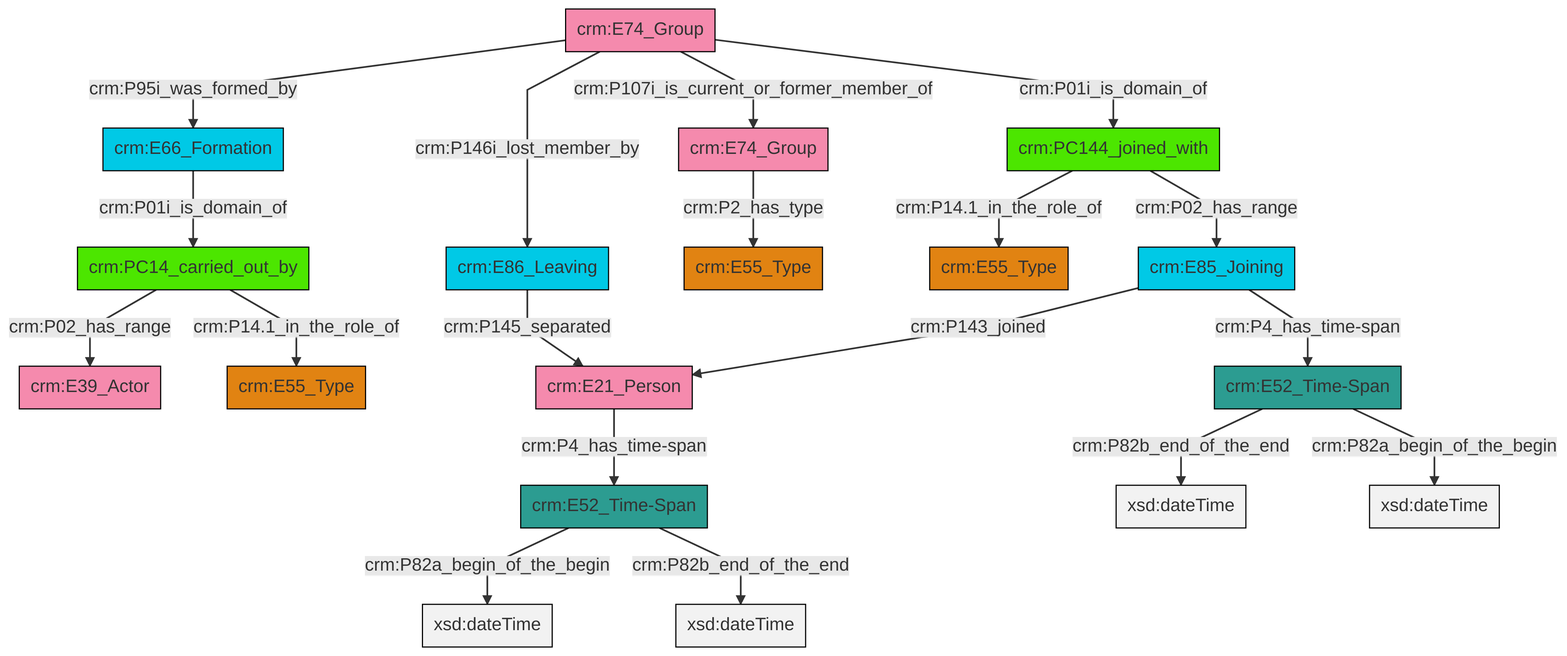
Above: et/groupCSV/ttl/mmd/png/group_actor_relations.png in swiss-art-research-net/reference-data-models (Mermaid), before the change. Its source is kept beside it as et/groupCSV/ttl/mmd/group_actor_relations.ttl.mmd.
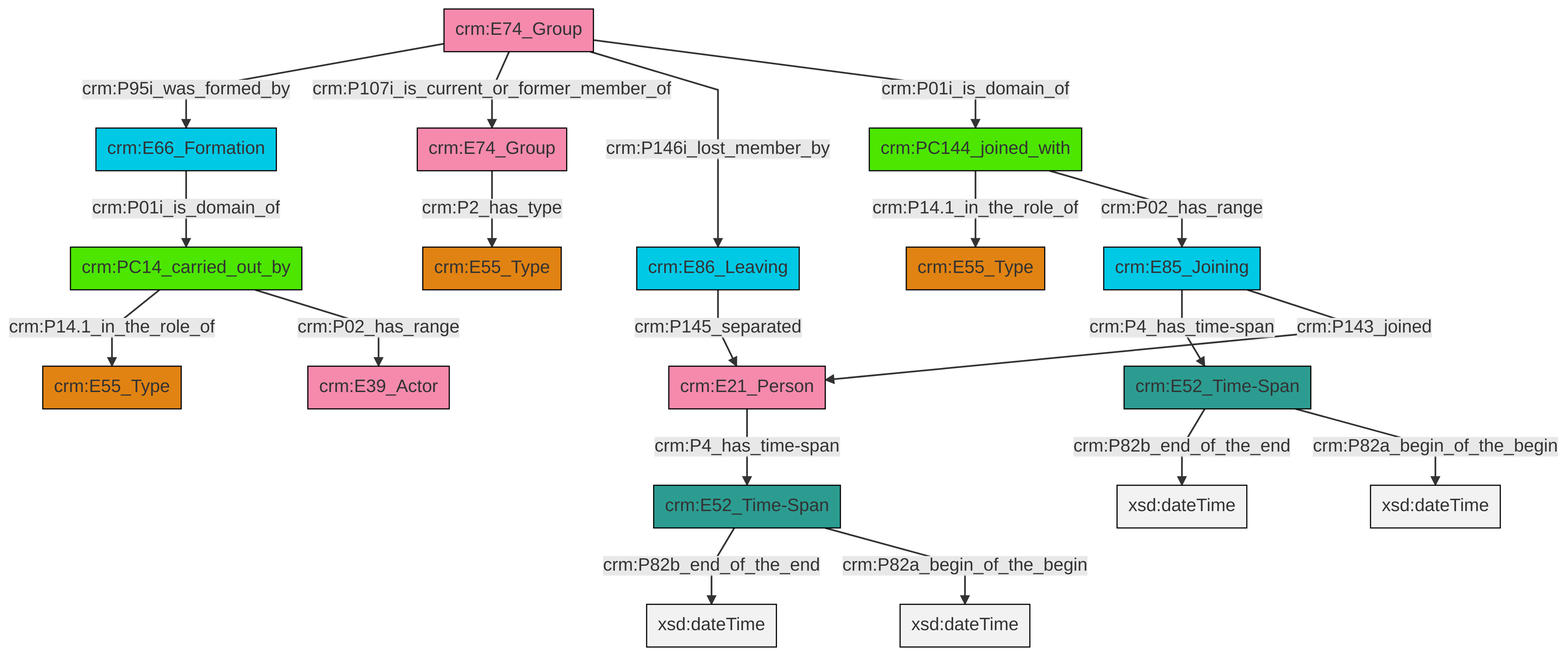
The same file after the commit.

What changed in the source:
```diff
@@ -13,21 +13,21 @@
 classDef PC_Classes fill:#4ce600, stroke:#000000;
 classDef Multi fill:#cccccc,stroke:#000000;
 
-0["crm:E21_Person"]:::Actor -->|crm:P4_has_time-span| 1["crm:E52_Time-Span"]:::Time-Span
-1["crm:E52_Time-Span"]:::Time-Span -->|crm:P82a_begin_of_the_begin| 4[xsd:dateTime]:::Literal
-6["crm:E86_Leaving"]:::Temporal_Entity -->|crm:P145_separated| 0["crm:E21_Person"]:::Actor
-10["crm:E52_Time-Span"]:::Time-Span -->|crm:P82b_end_of_the_end| 11[xsd:dateTime]:::Literal
-16["crm:PC144_joined_with"]:::PC_Classes -->|crm:P14.1_in_the_role_of| 17["crm:E55_Type"]:::Type
-14["crm:E74_Group"]:::Actor -->|crm:P2_has_type| 18["crm:E55_Type"]:::Type
-20["crm:E74_Group"]:::Actor -->|crm:P95i_was_formed_by| 21["crm:E66_Formation"]:::Temporal_Entity
-20["crm:E74_Group"]:::Actor -->|crm:P146i_lost_member_by| 6["crm:E86_Leaving"]:::Temporal_Entity
-21["crm:E66_Formation"]:::Temporal_Entity -->|crm:P01i_is_domain_of| 7["crm:PC14_carried_out_by"]:::PC_Classes
-16["crm:PC144_joined_with"]:::PC_Classes -->|crm:P02_has_range| 24["crm:E85_Joining"]:::Temporal_Entity
-7["crm:PC14_carried_out_by"]:::PC_Classes -->|crm:P02_has_range| 12["crm:E39_Actor"]:::Actor
-7["crm:PC14_carried_out_by"]:::PC_Classes -->|crm:P14.1_in_the_role_of| 2["crm:E55_Type"]:::Type
-20["crm:E74_Group"]:::Actor -->|crm:P107i_is_current_or_former_member_of| 14["crm:E74_Group"]:::Actor
-24["crm:E85_Joining"]:::Temporal_Entity -->|crm:P143_joined| 0["crm:E21_Person"]:::Actor
-1["crm:E52_Time-Span"]:::Time-Span -->|crm:P82b_end_of_the_end| 29[xsd:dateTime]:::Literal
-24["crm:E85_Joining"]:::Temporal_Entity -->|crm:P4_has_time-span| 10["crm:E52_Time-Span"]:::Time-Span
-20["crm:E74_Group"]:::Actor -->|crm:P01i_is_domain_of| 16["crm:PC144_joined_with"]:::PC_Classes
-10["crm:E52_Time-Span"]:::Time-Span -->|crm:P82a_begin_of_the_begin| 34[xsd:dateTime]:::Literal
+2["crm:E66_Formation"]:::Temporal_Entity -->|crm:P01i_is_domain_of| 3["crm:PC14_carried_out_by"]:::PC_Classes
+6["crm:E21_Person"]:::Actor -->|crm:P4_has_time-span| 7["crm:E52_Time-Span"]:::Time-Span
+3["crm:PC14_carried_out_by"]:::PC_Classes -->|crm:P14.1_in_the_role_of| 8["crm:E55_Type"]:::Type
+7["crm:E52_Time-Span"]:::Time-Span -->|crm:P82b_end_of_the_end| 11[xsd:dateTime]:::Literal
+15["crm:E74_Group"]:::Actor -->|crm:P2_has_type| 4["crm:E55_Type"]:::Type
+16["crm:E74_Group"]:::Actor -->|crm:P95i_was_formed_by| 2["crm:E66_Formation"]:::Temporal_Entity
+3["crm:PC14_carried_out_by"]:::PC_Classes -->|crm:P02_has_range| 17["crm:E39_Actor"]:::Actor
+18["crm:E85_Joining"]:::Temporal_Entity -->|crm:P4_has_time-span| 13["crm:E52_Time-Span"]:::Time-Span
+13["crm:E52_Time-Span"]:::Time-Span -->|crm:P82b_end_of_the_end| 20[xsd:dateTime]:::Literal
+7["crm:E52_Time-Span"]:::Time-Span -->|crm:P82a_begin_of_the_begin| 21[xsd:dateTime]:::Literal
+23["crm:E86_Leaving"]:::Temporal_Entity -->|crm:P145_separated| 6["crm:E21_Person"]:::Actor
+16["crm:E74_Group"]:::Actor -->|crm:P107i_is_current_or_former_member_of| 15["crm:E74_Group"]:::Actor
+18["crm:E85_Joining"]:::Temporal_Entity -->|crm:P143_joined| 6["crm:E21_Person"]:::Actor
+16["crm:E74_Group"]:::Actor -->|crm:P146i_lost_member_by| 23["crm:E86_Leaving"]:::Temporal_Entity
+16["crm:E74_Group"]:::Actor -->|crm:P01i_is_domain_of| 26["crm:PC144_joined_with"]:::PC_Classes
+26["crm:PC144_joined_with"]:::PC_Classes -->|crm:P14.1_in_the_role_of| 0["crm:E55_Type"]:::Type
+26["crm:PC144_joined_with"]:::PC_Classes -->|crm:P02_has_range| 18["crm:E85_Joining"]:::Temporal_Entity
+13["crm:E52_Time-Span"]:::Time-Span -->|crm:P82a_begin_of_the_begin| 34[xsd:dateTime]:::Literal
```
